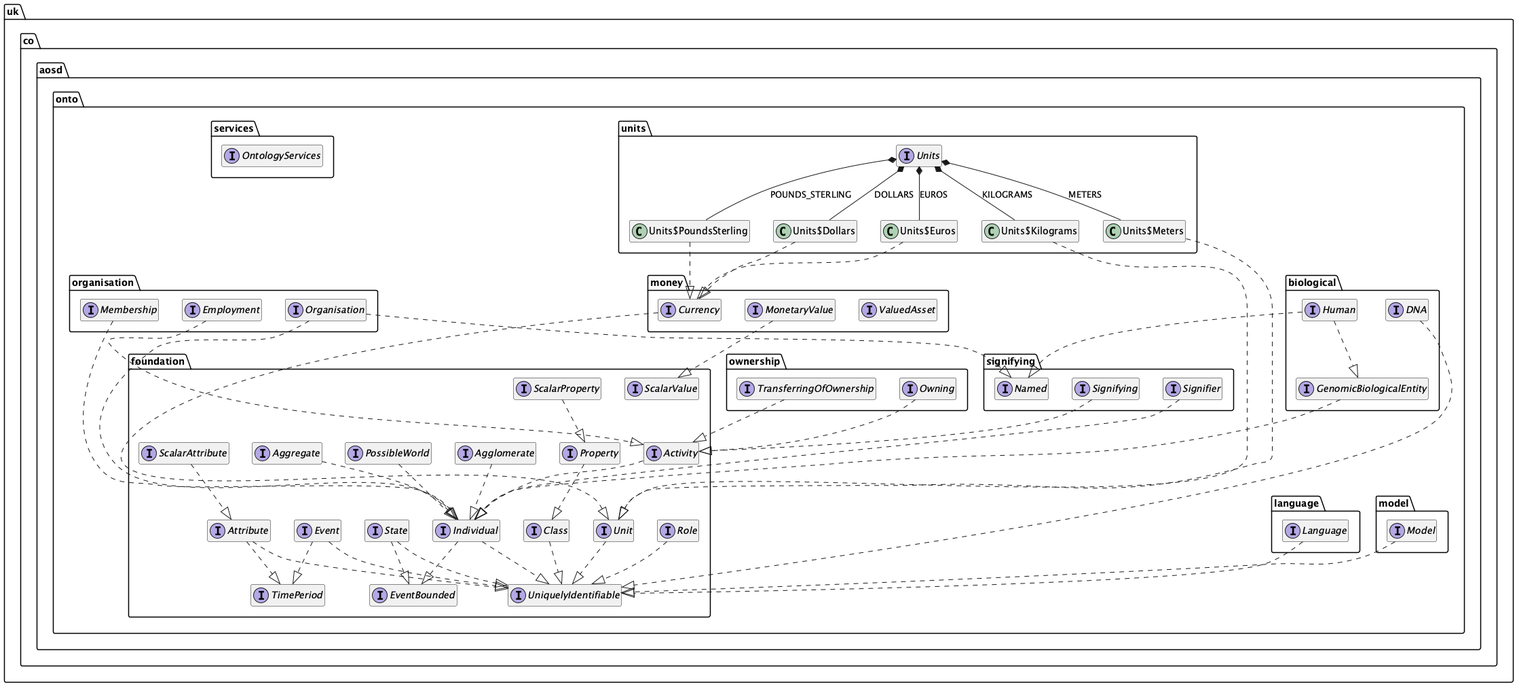
Above: diagrams/uml.png in twalmsley/FoundationOntology (PlantUML), before the change.
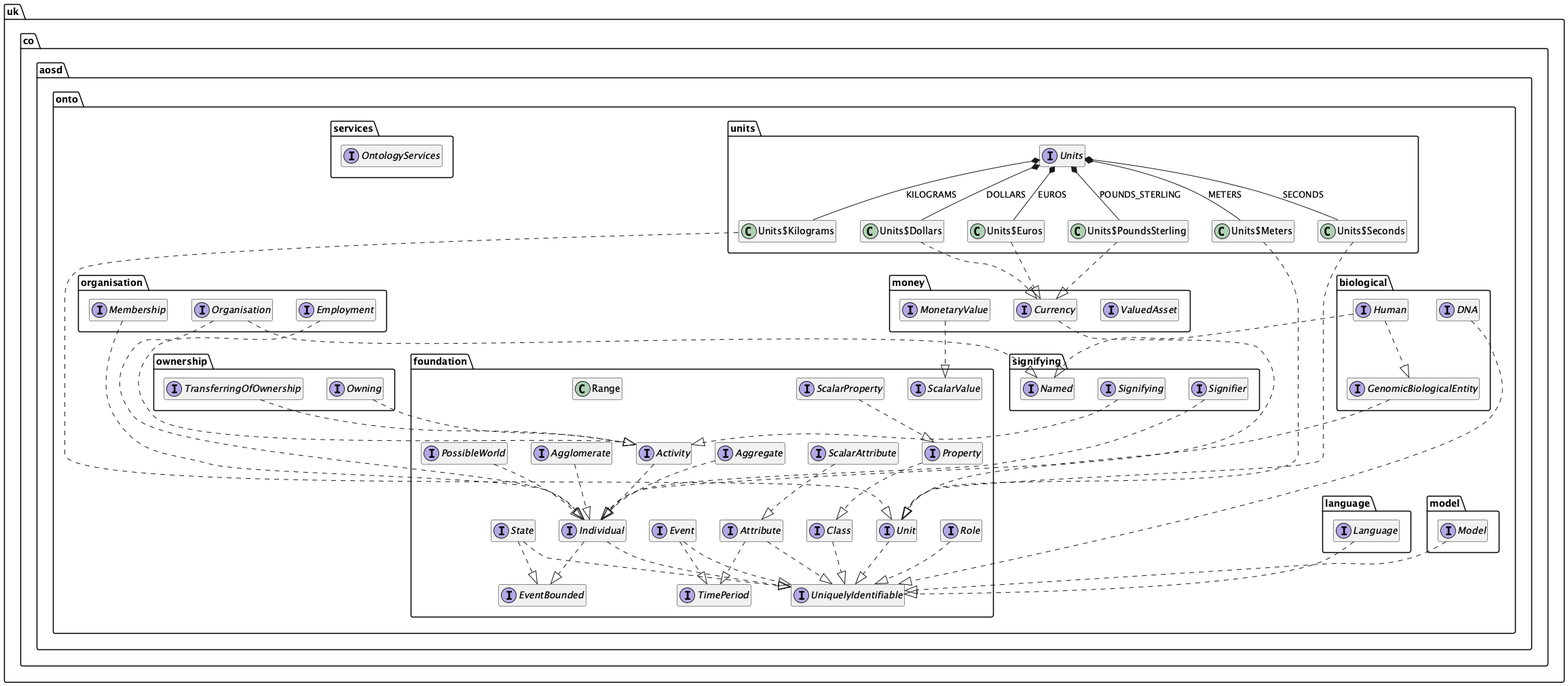
Above is the later version.

Diff of the diagram source:
```diff
@@ -50,6 +50,7 @@
 interface uk.co.aosd.onto.foundation.EventBounded {
 	{method}  {abstract} +beginning () : uk.co.aosd.onto.foundation.Event
 	{method}  {abstract} +ending () : uk.co.aosd.onto.foundation.Event
+	{method} +range () : java.util.Optional
 }
 
 
@@ -64,6 +65,17 @@
 
 interface uk.co.aosd.onto.foundation.Property {
 	{method}  {abstract} +property () : Object
+}
+
+
+class uk.co.aosd.onto.foundation.Range {
+	{field} -max : Object
+	{field} -min : Object
+	{method} +equals ( paramObject1 : Object ) : boolean
+	{method} +hashCode () : int
+	{method} +max () : Object
+	{method} +min () : Object
+	{method} +toString () : String
 }
 
 
@@ -93,6 +105,7 @@
 
 interface uk.co.aosd.onto.foundation.TimePeriod {
 	{method} +duration () : java.util.Optional
+	{method}  {static} +durationBetween ( paramInstant1 : java.time.Instant , paramInstant2 : java.time.Instant ) : java.util.Optional
 	{method}  {abstract} +from () : java.time.Instant
 	{method}  {abstract} +to () : java.time.Instant
 }
@@ -117,6 +130,7 @@
 interface uk.co.aosd.onto.model.Model {
 	{method}  {abstract} +add ( paramUniquelyIdentifiable1 : uk.co.aosd.onto.foundation.UniquelyIdentifiable ) : void
 	{method}  {abstract} +getThing ( paramString1 : String ) : java.util.Optional
+	{method}  {abstract} +things () : java.util.Set
 }
 
 
@@ -282,6 +296,19 @@
 }
 
 
+class uk.co.aosd.onto.units.Units$Seconds {
+	{field} -abbreviation : String
+	{field} -identifier : String
+	{field} -name : String
+	{method} +abbreviation () : String
+	{method} +equals ( paramObject1 : Object ) : boolean
+	{method} +hashCode () : int
+	{method} +identifier () : String
+	{method} +name () : String
+	{method} +toString () : String
+}
+
+
 
 
 uk.co.aosd.onto.biological.DNA ..|>  uk.co.aosd.onto.foundation.UniquelyIdentifiable
@@ -323,11 +350,13 @@
 uk.co.aosd.onto.units.Units *--  uk.co.aosd.onto.units.Units$Kilograms : KILOGRAMS
 uk.co.aosd.onto.units.Units *--  uk.co.aosd.onto.units.Units$Meters : METERS
 uk.co.aosd.onto.units.Units *--  uk.co.aosd.onto.units.Units$PoundsSterling : POUNDS_STERLING
+uk.co.aosd.onto.units.Units *--  uk.co.aosd.onto.units.Units$Seconds : SECONDS
 uk.co.aosd.onto.units.Units$Dollars ..|>  uk.co.aosd.onto.money.Currency
 uk.co.aosd.onto.units.Units$Euros ..|>  uk.co.aosd.onto.money.Currency
 uk.co.aosd.onto.units.Units$Kilograms ..|>  uk.co.aosd.onto.foundation.Unit
 uk.co.aosd.onto.units.Units$Meters ..|>  uk.co.aosd.onto.foundation.Unit
 uk.co.aosd.onto.units.Units$PoundsSterling ..|>  uk.co.aosd.onto.money.Currency
+uk.co.aosd.onto.units.Units$Seconds ..|>  uk.co.aosd.onto.foundation.Unit
 
 hide fields
 hide methods
```
